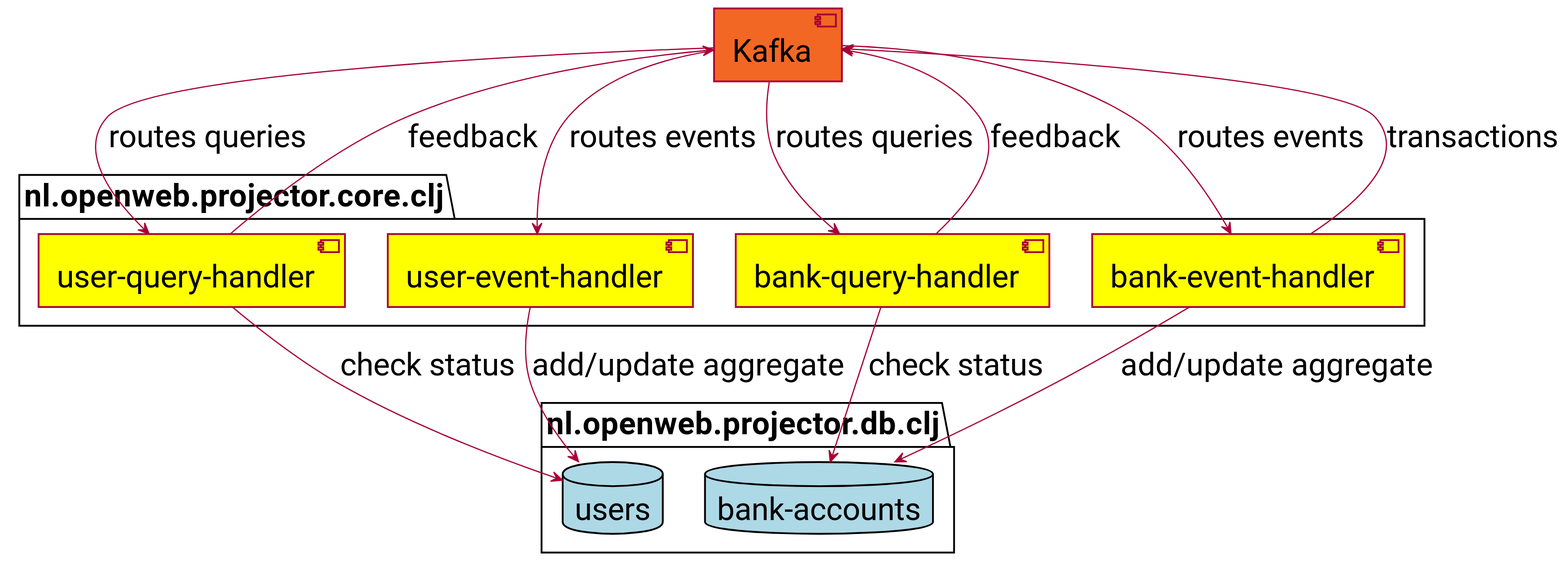
Earlier version of the PlantUML export docs/projector.svg (gklijs/bkes-demo). Its diagram source:
```plantuml
@startuml
skinparam shadowing false
skinparam defaultFontName Roboto
skinparam defaultFontSize 26

package "nl.openweb.projector.core.clj" #White{
    component "user-query-handler" as uch #Yellow
    component "user-event-handler" as ueh #Yellow
    component "bank-query-handler" as bch #Yellow
    component "bank-event-handler" as beh #Yellow
}
package "nl.openweb.projector.db.clj" #White{
    database "bank-accounts" as badb #LightBlue
    database "users" #LightBlue
}
component Kafka as kc #F26724

uch --> users :check status
ueh --> users :add/update aggregate
bch --> badb :check status
beh --> badb :add/update aggregate
kc --> ueh :routes events
kc --> beh :routes events
beh --> kc :transactions
kc --> uch :routes queries
kc --> bch :routes queries
kc <-- uch :feedback
kc <-- bch :feedback


@enduml
```
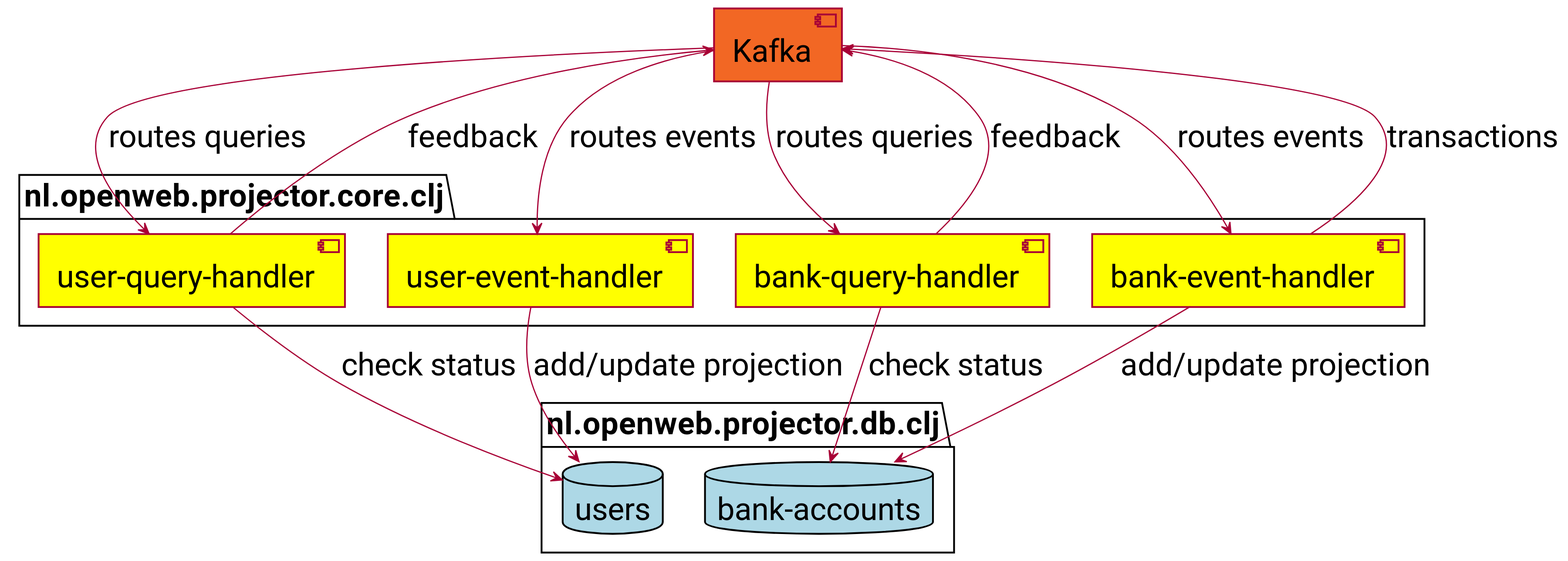
The same diagram one commit later.

Commit message:
Improve projector diagram

What changed in the source:
```diff
@@ -16,9 +16,9 @@
 component Kafka as kc #F26724
 
 uch --> users :check status
-ueh --> users :add/update aggregate
+ueh --> users :add/update projection
 bch --> badb :check status
-beh --> badb :add/update aggregate
+beh --> badb :add/update projection
 kc --> ueh :routes events
 kc --> beh :routes events
 beh --> kc :transactions
```
